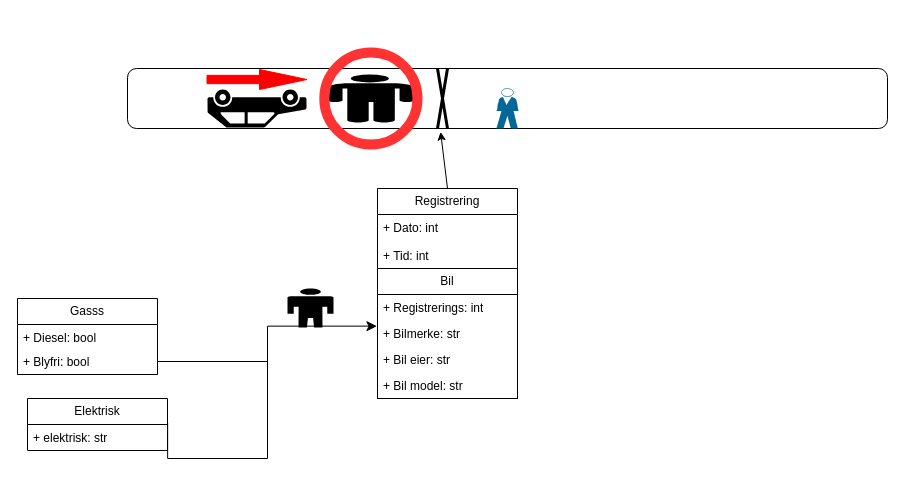
Above: mini prosjekt.drawio in Wazahhh/Mini-Poorsjekt- (draw.io), before the change. Source tidied: cells renumbered, new cells numbered last; positions are measured from the earlier drawing's top-left corner, leaving out a move shared by most shapes. Both pictures are drawn from the tidied source at 100%, with x=0, y=0 at pixel (17, 52).
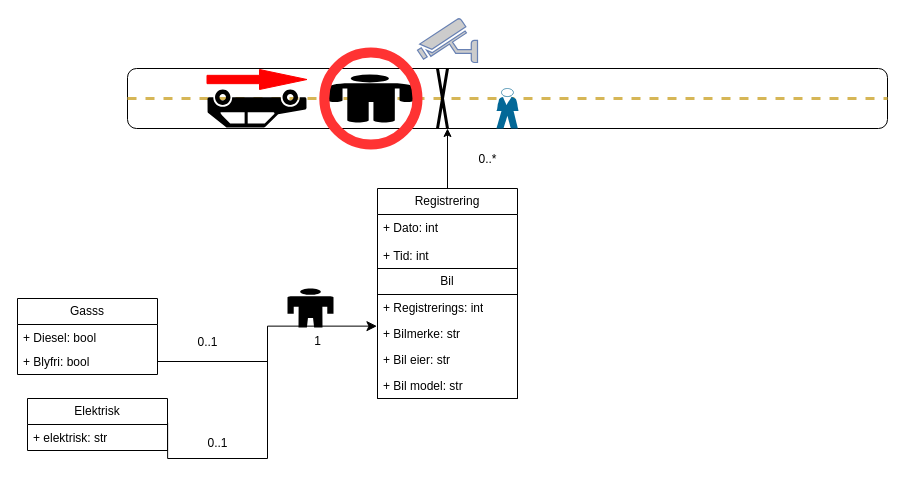
The same diagram, later.

Commit message:
modified the drawing for the diagram

Unchanged cells that the change refers to:
```xml
<mxCell id="2" style="rounded=1;whiteSpace=wrap;html=1;" parent="1" vertex="1">
  <mxGeometry x="110" y="16" width="760" height="60" as="geometry" />
</mxCell>
<mxCell id="4" value="Registrering" style="swimlane;fontStyle=0;horizontal=1;startSize=26;fillColor=none;whiteSpace=wrap;html=1;" parent="1" vertex="1">
  <mxGeometry x="360" y="136" width="140" height="210" as="geometry" />
</mxCell>
```

Diff of the diagram source:
```diff
@@
+    <mxCell id="27" style="endArrow=none;dashed=1;html=1;entryX=1;entryY=0.5;entryDx=0;entryDy=0;exitX=0;exitY=0.5;exitDx=0;exitDy=0;fillColor=#fff2cc;strokeColor=#d6b656;strokeWidth=3;" parent="1" edge="1" source="2" target="2">
+      <mxGeometry relative="1" as="geometry" />
+    </mxCell>
@@
-    <mxCell id="13" style="endArrow=classic;html=1;exitX=0.5;exitY=0;exitDx=0;exitDy=0;entryX=0.412;entryY=1.058;entryDx=0;entryDy=0;entryPerimeter=0;" parent="1" edge="1" source="4" target="2">
-      <mxGeometry relative="1" as="geometry" />
+    <mxCell id="13" style="endArrow=classic;html=1;exitX=0.5;exitY=0;exitDx=0;exitDy=0;" parent="1" edge="1" source="4">
+      <mxGeometry relative="1" as="geometry">
+        <mxPoint x="430" y="76" as="targetPoint" />
+      </mxGeometry>
     </mxCell>
@@
+    <mxCell id="28" value="0..1" style="text;html=1;align=center;verticalAlign=middle;strokeColor=none;fillColor=none;" parent="1" vertex="1">
+      <mxGeometry x="170" y="275" width="40" height="30" as="geometry" />
+    </mxCell>
+    <mxCell id="29" value="0..1" style="text;html=1;align=center;verticalAlign=middle;strokeColor=none;fillColor=none;" parent="1" vertex="1">
+      <mxGeometry x="180" y="376" width="40" height="30" as="geometry" />
+    </mxCell>
+    <mxCell id="30" value="1" style="text;html=1;align=center;verticalAlign=middle;strokeColor=none;fillColor=none;" parent="1" vertex="1">
+      <mxGeometry x="285" y="274" width="30" height="30" as="geometry" />
+    </mxCell>
+    <mxCell id="31" value="0..*" style="text;html=1;align=center;verticalAlign=middle;strokeColor=none;fillColor=none;" parent="1" vertex="1">
+      <mxGeometry x="450" y="92" width="40" height="30" as="geometry" />
+    </mxCell>
+    <mxCell id="32" style="fontColor=#0066CC;verticalAlign=top;verticalLabelPosition=bottom;labelPosition=center;align=center;html=1;fillColor=#CCCCCC;strokeColor=#6881B3;gradientColor=none;gradientDirection=north;strokeWidth=2;shape=mxgraph.networks.security_camera;direction=east;flipH=1;" parent="1" vertex="1">
+      <mxGeometry x="400" y="-34" width="60" height="44" as="geometry" />
+    </mxCell>
```
